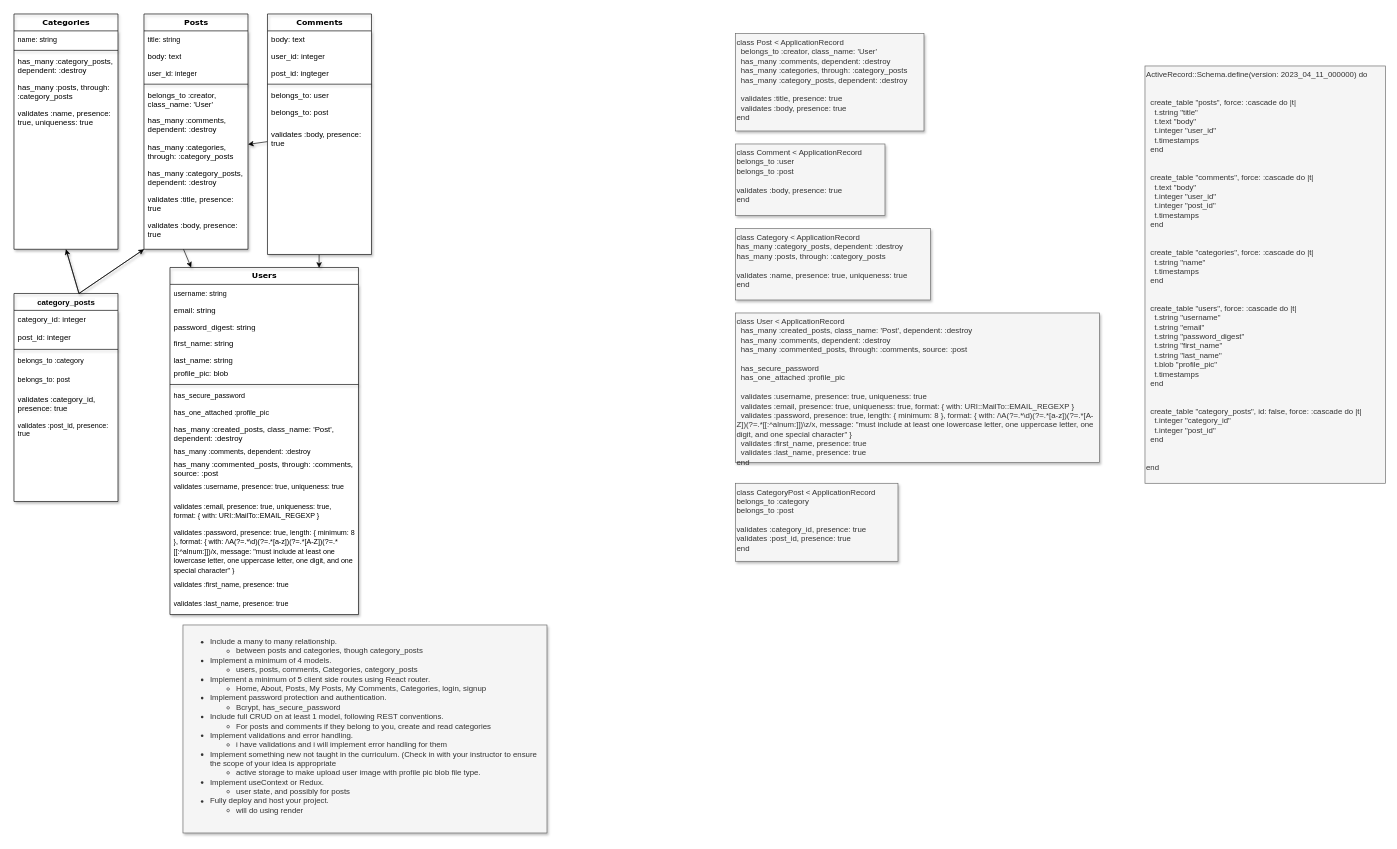
This is page "Back End" (1 of 2) of Untitled Diagram.drawio from mendelr20/phase-5-project, a draw.io file, before an edit. Source tidied: cells renumbered, new cells numbered last; positions are measured from the earlier drawing's top-left corner, leaving out a move shared by most shapes. Both pictures are drawn from the tidied source at 65%, with x=0, y=0 at pixel (14, 14).
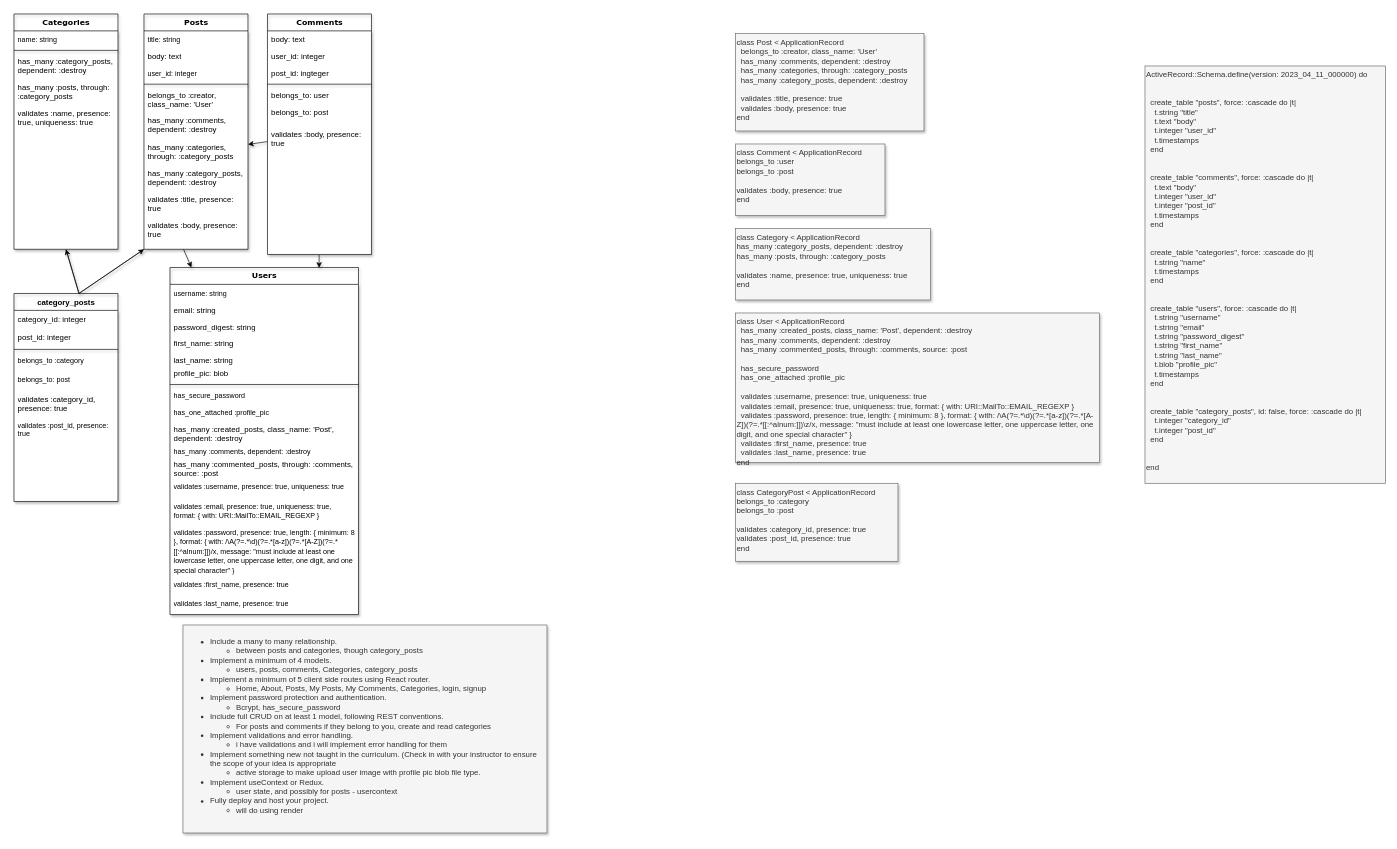
After the change.

The change refers to these unchanged cells:
```xml
<mxCell id="2" value="Users" style="swimlane;html=1;fontStyle=1;align=center;verticalAlign=middle;horizontal=1;startSize=26;swimlaneFillColor=#ffffff;rounded=0;shadow=1;comic=0;labelBackgroundColor=none;strokeWidth=1;fillColor=none;fontFamily=Verdana;fontSize=12;swimlaneLine=1;" parent="1" vertex="1">
  <mxGeometry x="240" y="390" width="290" height="534" as="geometry" />
</mxCell>
```

Change to the diagram source:
```diff
@@
-    <mxCell id="45" style="edgeStyle=none;rounded=0;jettySize=auto;html=1;swimlaneLine=1;shadow=1;" parent="1" edge="1" target="2">
+    <mxCell id="45" style="edgeStyle=none;rounded=0;orthogonalLoop=1;jettySize=auto;html=1;swimlaneLine=1;shadow=1;" parent="1" edge="1">
       <mxGeometry relative="1" as="geometry">
         <mxPoint x="260" y="360" as="sourcePoint" />
+        <mxPoint x="273" y="390" as="targetPoint" />
       </mxGeometry>
     </mxCell>
@@
-    <mxCell id="64" value="&lt;ul&gt;&lt;li&gt;Include a many to many relationship.&lt;/li&gt;&lt;ul&gt;&lt;li&gt;between posts and categories, though category_posts&lt;/li&gt;&lt;/ul&gt;&lt;li&gt;Implement a minimum of 4 models.&lt;/li&gt;&lt;ul&gt;&lt;li&gt;users, posts, comments,&amp;nbsp;Categories,&amp;nbsp;category_posts&lt;/li&gt;&lt;/ul&gt;&lt;li&gt;Implement a minimum of 5 client side routes using React router.&lt;/li&gt;&lt;ul&gt;&lt;li&gt;Home, About, Posts, My Posts, My Comments, Categories, login, signup&lt;/li&gt;&lt;/ul&gt;&lt;li&gt;Implement password protection and authentication.&lt;/li&gt;&lt;ul&gt;&lt;li&gt;Bcrypt, has_secure_password&lt;/li&gt;&lt;/ul&gt;&lt;li&gt;Include full CRUD on at least 1 model, following REST conventions.&lt;/li&gt;&lt;ul&gt;&lt;li&gt;For posts and comments if they belong to you, create and read categories&lt;/li&gt;&lt;/ul&gt;&lt;li&gt;Implement validations and error handling.&lt;/li&gt;&lt;ul&gt;&lt;li&gt;i have validations and i will implement error handling for them&lt;/li&gt;&lt;/ul&gt;&lt;li&gt;Implement something new not taught in the curriculum. (Check in with your instructor to ensure the scope of your idea is appropriate&lt;/li&gt;&lt;ul&gt;&lt;li&gt;active storage to make upload user image with profile pic blob file type.&lt;/li&gt;&lt;/ul&gt;&lt;li&gt;Implement useContext or Redux.&lt;/li&gt;&lt;ul&gt;&lt;li&gt;user state, and possibly for posts&lt;/li&gt;&lt;/ul&gt;&lt;li&gt;Fully deploy and host your project.&lt;/li&gt;&lt;ul&gt;&lt;li&gt;will do using render&lt;/li&gt;&lt;/ul&gt;&lt;/ul&gt;" style="text;whiteSpace=wrap;html=1;fillColor=#f5f5f5;fontColor=#333333;strokeColor=#666666;shadow=1;" parent="1" vertex="1">
+    <mxCell id="64" value="&lt;ul&gt;&lt;li&gt;Include a many to many relationship.&lt;/li&gt;&lt;ul&gt;&lt;li&gt;between posts and categories, though category_posts&lt;/li&gt;&lt;/ul&gt;&lt;li&gt;Implement a minimum of 4 models.&lt;/li&gt;&lt;ul&gt;&lt;li&gt;users, posts, comments,&amp;nbsp;Categories,&amp;nbsp;category_posts&lt;/li&gt;&lt;/ul&gt;&lt;li&gt;Implement a minimum of 5 client side routes using React router.&lt;/li&gt;&lt;ul&gt;&lt;li&gt;Home, About, Posts, My Posts, My Comments, Categories, login, signup&lt;/li&gt;&lt;/ul&gt;&lt;li&gt;Implement password protection and authentication.&lt;/li&gt;&lt;ul&gt;&lt;li&gt;Bcrypt, has_secure_password&lt;/li&gt;&lt;/ul&gt;&lt;li&gt;Include full CRUD on at least 1 model, following REST conventions.&lt;/li&gt;&lt;ul&gt;&lt;li&gt;For posts and comments if they belong to you, create and read categories&lt;/li&gt;&lt;/ul&gt;&lt;li&gt;Implement validations and error handling.&lt;/li&gt;&lt;ul&gt;&lt;li&gt;i have validations and i will implement error handling for them&lt;/li&gt;&lt;/ul&gt;&lt;li&gt;Implement something new not taught in the curriculum. (Check in with your instructor to ensure the scope of your idea is appropriate&lt;/li&gt;&lt;ul&gt;&lt;li&gt;active storage to make upload user image with profile pic blob file type.&lt;/li&gt;&lt;/ul&gt;&lt;li&gt;Implement useContext or Redux.&lt;/li&gt;&lt;ul&gt;&lt;li&gt;user state, and possibly for posts - usercontext&lt;/li&gt;&lt;/ul&gt;&lt;li&gt;Fully deploy and host your project.&lt;/li&gt;&lt;ul&gt;&lt;li&gt;will do using render&lt;/li&gt;&lt;/ul&gt;&lt;/ul&gt;" style="text;whiteSpace=wrap;html=1;fillColor=#f5f5f5;fontColor=#333333;strokeColor=#666666;shadow=1;" parent="1" vertex="1">
       <mxGeometry x="260" y="940" width="560" height="320" as="geometry" />
     </mxCell>
```
